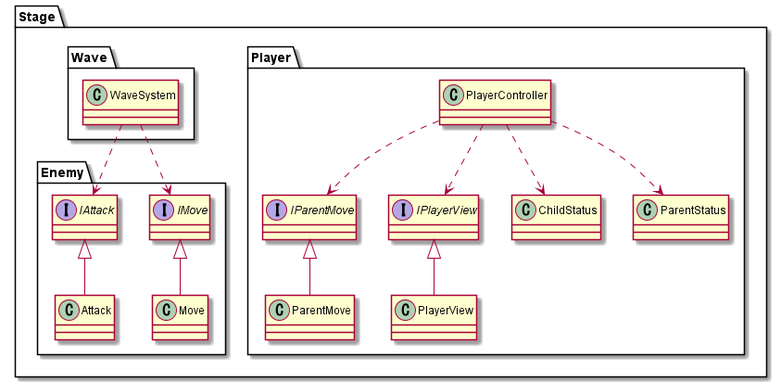
Earlier version of the PlantUML export Assets/_SlimeCatch/Docs/Stage.png (RiseManagement/SlimeCatch).
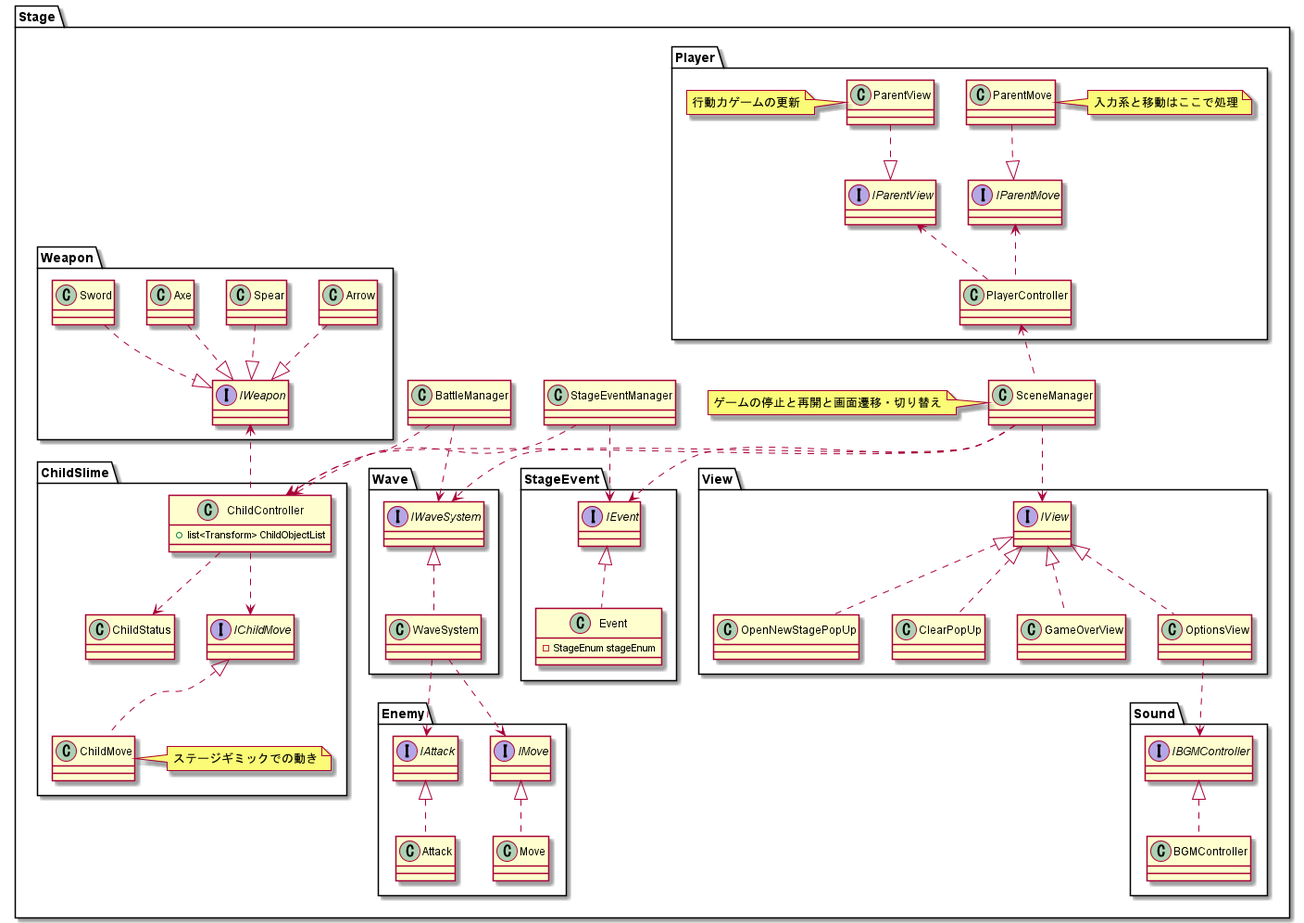
After the commit.

Commit message:
document クラス図のとりあえずの完成

Change to the diagram source:
```diff
@@ -7,36 +7,126 @@
         class Attack
         interface IAttack
 
-        IMove <|-- Move
-        IAttack <|-- Attack
+        IMove <|.. Move
+        IAttack <|.. Attack
 
     }
 
     namespace Player{
         class PlayerController
         class ParentMove
+        note right : 入力系と移動はここで処理
         interface IParentMove
-        class PlayerView
-        interface IPlayerView
-        class ChildStatus
-        class ParentStatus
+        class ParentView
 
-        IPlayerView <|-- PlayerView
-        IParentMove <|-- ParentMove
+        note left : 行動力ゲームの更新
 
-        PlayerController ..> IPlayerView
-        PlayerController ..> ParentStatus
-        PlayerController ..> ChildStatus
-        PlayerController ..> IParentMove
+        interface IParentView
+
+        IParentView <|.up. ParentView
+        IParentMove <|.up. ParentMove
+
+        PlayerController .up.> IParentView
+        PlayerController .up.> IParentMove
 
     }
 
+    namespace StageEvent{
+        class Event{
+            - StageEnum stageEnum
+        }
+
+        interface IEvent
+
+        IEvent <|.. Event
+
+    }
+
+
+    namespace ChildSlime{
+        class ChildStatus
+
+        class ChildMove
+
+        note right : ステージギミックでの動き
+
+        interface IChildMove
+        class ChildController{
+            + list<Transform> ChildObjectList
+        }
+
+        IChildMove <|.. ChildMove
+        ChildController ..> IChildMove
+        ChildController ..> ChildStatus
+    }
+
+
     namespace Wave{
         class WaveSystem
+        interface IWaveSystem
 
         WaveSystem ..> Stage.Enemy.IMove
         WaveSystem ..> Stage.Enemy.IAttack
+        IWaveSystem <|.. WaveSystem
+    }
+
+    namespace View{
+        class OpenNewStagePopUp
+        class ClearPopUp
+        class GameOverView
+        class OptionsView
+        interface IView
+
+
+        IView <|.. OptionsView
+        IView <|.. GameOverView
+        IView <|.. ClearPopUp
+        IView <|.. OpenNewStagePopUp
 
     }
+
+    namespace Sound{
+        interface IBGMController
+        class BGMController
+        IBGMController <|.. BGMController
+    }
+
+
+    namespace Weapon{
+        interface IWeapon
+        class Axe
+        class Sword
+        class Arrow
+        class Spear
+
+        Spear .down.|> IWeapon
+        Axe .down.|> IWeapon
+        Sword .down.|> IWeapon
+        Arrow .down.|> IWeapon
+
+    }
+
+    Stage.View.OptionsView ..> Stage.Sound.IBGMController
+    Stage.ChildSlime.ChildController .up.> Stage.Weapon.IWeapon
+
+
+    class SceneManager
+
+    note left : ゲームの停止と再開と画面遷移・切り替え
+
+    SceneManager ..> Stage.Wave.IWaveSystem
+    SceneManager ..> Stage.View.IView
+    SceneManager .up.> Stage.Player.PlayerController
+    SceneManager ..> Stage.ChildSlime.ChildController
+    SceneManager ..> Stage.StageEvent.IEvent
+
+
+    class StageEventManager
+    StageEventManager ..> Stage.StageEvent.IEvent
+    StageEventManager ..> Stage.ChildSlime.ChildController
+
+    class BattleManager
+    BattleManager ..> Stage.ChildSlime.ChildController
+    BattleManager ..> Stage.Wave.IWaveSystem
 }
 @enduml
```
